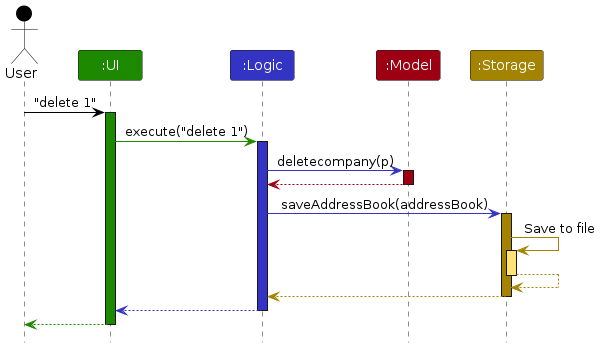
The PlantUML diagram diagrams/ArchitectureSequenceDiagram.png in AY2425S1-CS2103T-T09-1/tp, before a commit. Its source is kept beside it as diagrams/ArchitectureSequenceDiagram.puml.
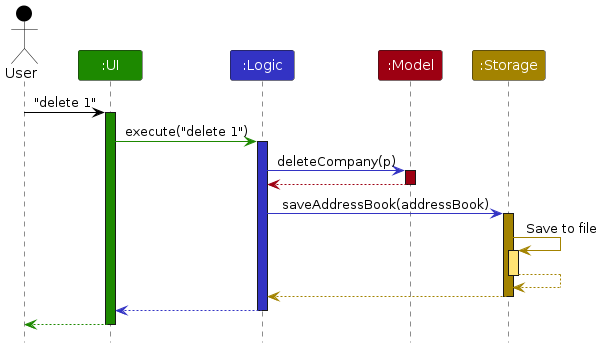
The same file after the commit.

The edit, as a diff of the source:
```diff
@@ -14,7 +14,7 @@
 ui -[UI_COLOR]> logic : execute("delete 1")
 activate logic LOGIC_COLOR
 
-logic -[LOGIC_COLOR]> model : deletecompany(p)
+logic -[LOGIC_COLOR]> model : deleteCompany(p)
 activate model MODEL_COLOR
 
 model -[MODEL_COLOR]-> logic
```
